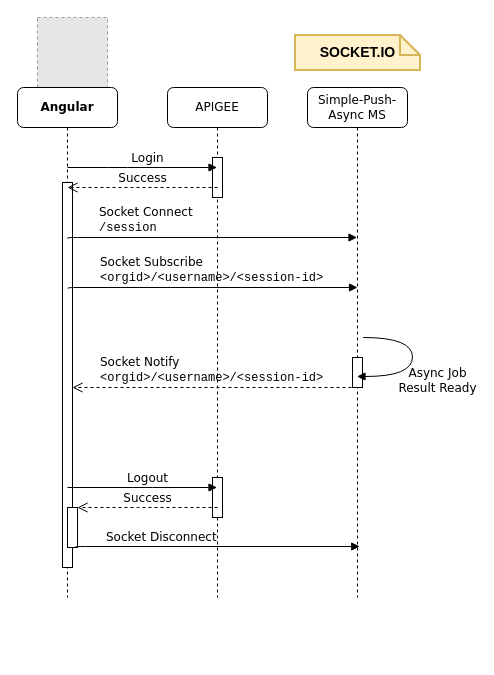
meggarr/my-draws keeps this draw.io diagram as page "Page-2" (2 of 2) of simple-push-async-job.drawio. Above is the earlier version. Source tidied: cells renumbered, new cells numbered last; positions are measured from the earlier drawing's top-left corner, leaving out a move shared by most shapes. Both pictures are drawn from the tidied source at 100%, with x=0, y=0 at pixel (17, 17). Pictures stored in the file or linked from it are replaced by grey dashed boxes.
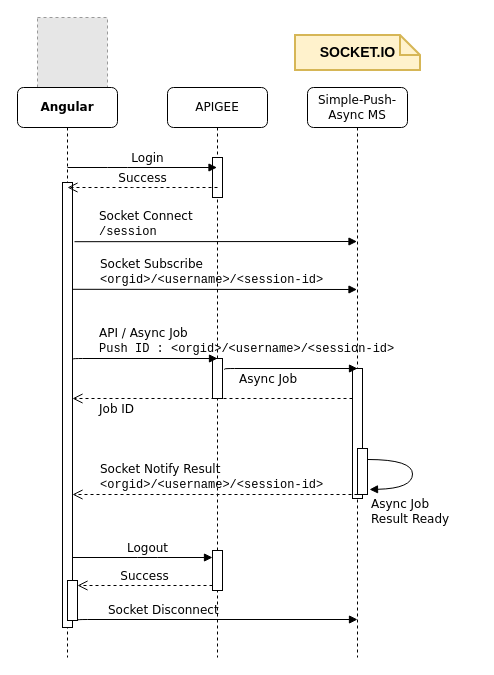
The same page after the edit.

What changed in the source:
```diff
@@
     <mxCell id="2" value="&lt;div&gt;Simple-Push-Async MS&lt;/div&gt;" style="shape=umlLifeline;perimeter=lifelinePerimeter;whiteSpace=wrap;html=1;outlineConnect=0;rounded=1;shadow=0;comic=0;labelBackgroundColor=none;strokeWidth=1;fontFamily=Verdana;fontSize=12;align=center;" parent="1" vertex="1">
-      <mxGeometry x="290" y="70" width="100" height="510" as="geometry" />
+      <mxGeometry x="290" y="70" width="100" height="570" as="geometry" />
     </mxCell>
+    <mxCell id="21" style="html=1;points=[];perimeter=orthogonalPerimeter;rounded=0;shadow=0;comic=0;labelBackgroundColor=none;strokeWidth=1;fontFamily=Verdana;fontSize=12;align=center;" parent="2" vertex="1">
+      <mxGeometry x="45" y="281" width="10" height="130" as="geometry" />
+    </mxCell>
     <mxCell id="3" value="&lt;div&gt;APIGEE&lt;/div&gt;" style="shape=umlLifeline;perimeter=lifelinePerimeter;whiteSpace=wrap;html=1;outlineConnect=0;rounded=1;shadow=0;comic=0;labelBackgroundColor=none;strokeWidth=1;fontFamily=Verdana;fontSize=12;align=center;" parent="1" vertex="1">
-      <mxGeometry x="150" y="70" width="100" height="510" as="geometry" />
+      <mxGeometry x="150" y="70" width="100" height="570" as="geometry" />
     </mxCell>
@@
+    <mxCell id="22" style="html=1;perimeter=orthogonalPerimeter;rounded=0;shadow=0;comic=0;labelBackgroundColor=none;strokeWidth=1;fontFamily=Verdana;fontSize=12;align=center;" parent="3" vertex="1">
+      <mxGeometry x="45" y="271" width="10" height="40" as="geometry" />
+    </mxCell>
+    <mxCell id="16" style="html=1;points=[];perimeter=orthogonalPerimeter;rounded=0;shadow=0;comic=0;labelBackgroundColor=none;strokeWidth=1;fontFamily=Verdana;fontSize=12;align=center;" parent="3" vertex="1">
+      <mxGeometry x="45" y="463" width="10" height="40" as="geometry" />
+    </mxCell>
@@
     <mxCell id="7" value="Angular" style="shape=umlLifeline;perimeter=lifelinePerimeter;whiteSpace=wrap;html=1;rounded=1;shadow=0;comic=0;labelBackgroundColor=none;strokeWidth=1;fontFamily=Verdana;fontSize=12;align=center;fontStyle=1;" parent="1" vertex="1">
-      <mxGeometry y="70" width="100" height="510" as="geometry" />
+      <mxGeometry y="70" width="100" height="570" as="geometry" />
     </mxCell>
     <mxCell id="8" style="html=1;points=[];perimeter=orthogonalPerimeter;rounded=0;shadow=0;comic=0;labelBackgroundColor=none;strokeWidth=1;fontFamily=Verdana;fontSize=12;align=center;" parent="7" vertex="1">
-      <mxGeometry x="45" y="95" width="10" height="385" as="geometry" />
+      <mxGeometry x="45" y="95" width="10" height="445" as="geometry" />
     </mxCell>
+    <mxCell id="19" style="html=1;points=[];perimeter=orthogonalPerimeter;rounded=0;shadow=0;comic=0;labelBackgroundColor=none;strokeWidth=1;fontFamily=Verdana;fontSize=12;align=center;" parent="7" vertex="1">
+      <mxGeometry x="50" y="493" width="10" height="40" as="geometry" />
+    </mxCell>
@@
-    <mxCell id="11" value="&lt;div&gt;Socket Connect&lt;br&gt;&lt;/div&gt;&lt;div&gt;&lt;font face=&quot;Courier New&quot;&gt;/session&lt;/font&gt;&lt;br&gt;&lt;/div&gt;" style="html=1;verticalAlign=bottom;endArrow=block;labelBackgroundColor=none;fontFamily=Verdana;fontSize=12;edgeStyle=elbowEdgeStyle;elbow=vertical;align=left;" parent="1" edge="1">
-      <mxGeometry x="-0.79" relative="1" as="geometry">
-        <mxPoint x="50" y="221" as="sourcePoint" />
-        <mxPoint x="339.5" y="220" as="targetPoint" />
-        <Array as="points">
-          <mxPoint x="170" y="220" />
-        </Array>
-      </mxGeometry>
+    <mxCell id="11" value="&lt;div&gt;Socket Connect&lt;br&gt;&lt;/div&gt;&lt;div&gt;&lt;font face=&quot;Courier New&quot;&gt;/session&lt;/font&gt;&lt;br&gt;&lt;/div&gt;" style="html=1;verticalAlign=bottom;endArrow=block;labelBackgroundColor=none;fontFamily=Verdana;fontSize=12;edgeStyle=elbowEdgeStyle;elbow=vertical;align=left;exitX=1.2;exitY=0.133;exitDx=0;exitDy=0;exitPerimeter=0;" parent="1" edge="1" source="8" target="2">
+      <mxGeometry x="-0.84" relative="1" as="geometry" />
     </mxCell>
-    <mxCell id="12" value="&lt;div align=&quot;left&quot;&gt;Socket Subscribe&lt;/div&gt;&lt;div align=&quot;left&quot;&gt;&lt;font face=&quot;Courier New&quot;&gt;&amp;lt;orgid&amp;gt;/&amp;lt;username&amp;gt;/&amp;lt;session-id&amp;gt;&lt;/font&gt;&lt;br&gt;&lt;/div&gt;" style="html=1;verticalAlign=bottom;endArrow=block;labelBackgroundColor=none;fontFamily=Verdana;fontSize=12;edgeStyle=elbowEdgeStyle;elbow=vertical;align=left;" parent="1" edge="1">
-      <mxGeometry x="-0.79" relative="1" as="geometry">
-        <mxPoint x="50.5" y="271" as="sourcePoint" />
-        <mxPoint x="340" y="270" as="targetPoint" />
-        <Array as="points">
-          <mxPoint x="170.5" y="270" />
-        </Array>
-      </mxGeometry>
+    <mxCell id="12" value="&lt;div align=&quot;left&quot;&gt;Socket Subscribe&lt;/div&gt;&lt;div align=&quot;left&quot;&gt;&lt;font face=&quot;Courier New&quot;&gt;&amp;lt;orgid&amp;gt;/&amp;lt;username&amp;gt;/&amp;lt;session-id&amp;gt;&lt;/font&gt;&lt;br&gt;&lt;/div&gt;" style="html=1;verticalAlign=bottom;endArrow=block;labelBackgroundColor=none;fontFamily=Verdana;fontSize=12;edgeStyle=elbowEdgeStyle;elbow=vertical;align=left;exitX=1;exitY=0.24;exitDx=0;exitDy=0;exitPerimeter=0;" parent="1" edge="1" source="8" target="2">
+      <mxGeometry x="-0.82" relative="1" as="geometry" />
     </mxCell>
     <mxCell id="13" style="html=1;points=[];perimeter=orthogonalPerimeter;rounded=0;shadow=0;comic=0;labelBackgroundColor=none;strokeWidth=1;fontFamily=Verdana;fontSize=12;align=center;" parent="1" vertex="1">
-      <mxGeometry x="335" y="340" width="10" height="30" as="geometry" />
+      <mxGeometry x="340" y="431" width="10" height="46" as="geometry" />
     </mxCell>
-    <mxCell id="14" value="&lt;div&gt;Async Job&lt;/div&gt;&lt;div&gt;Result Ready&lt;br&gt;&lt;/div&gt;" style="html=1;verticalAlign=bottom;endArrow=block;labelBackgroundColor=none;fontFamily=Verdana;fontSize=12;elbow=vertical;edgeStyle=orthogonalEdgeStyle;curved=1;exitX=1.066;exitY=0.713;exitPerimeter=0;" parent="1" edge="1">
-      <mxGeometry x="0.23" y="33" relative="1" as="geometry">
-        <mxPoint x="345.7" y="320" as="sourcePoint" />
-        <mxPoint x="339.5" y="359" as="targetPoint" />
+    <mxCell id="14" value="&lt;div&gt;Async Job&lt;/div&gt;&lt;div&gt;Result Ready&lt;br&gt;&lt;/div&gt;" style="html=1;verticalAlign=bottom;endArrow=block;labelBackgroundColor=none;fontFamily=Verdana;fontSize=12;elbow=vertical;edgeStyle=orthogonalEdgeStyle;curved=1;align=left;exitX=1;exitY=0.239;exitDx=0;exitDy=0;exitPerimeter=0;entryX=1.2;entryY=0.891;entryDx=0;entryDy=0;entryPerimeter=0;" parent="1" edge="1" source="13" target="13">
+      <mxGeometry x="1" y="39" relative="1" as="geometry">
         <Array as="points">
-          <mxPoint x="395" y="320" />
-          <mxPoint x="395" y="359" />
+          <mxPoint x="395" y="442" />
+          <mxPoint x="395" y="471" />
         </Array>
-        <mxPoint x="25" y="-12" as="offset" />
+        <mxPoint x="-1" as="offset" />
       </mxGeometry>
     </mxCell>
-    <mxCell id="15" value="&lt;div&gt;Socket Notify&lt;/div&gt;&lt;div&gt;&lt;font face=&quot;Courier New&quot;&gt;&amp;lt;orgid&amp;gt;/&amp;lt;username&amp;gt;/&amp;lt;session-id&amp;gt;&lt;/font&gt;&lt;/div&gt;" style="html=1;verticalAlign=bottom;endArrow=open;dashed=1;endSize=8;labelBackgroundColor=none;fontFamily=Verdana;fontSize=12;edgeStyle=elbowEdgeStyle;elbow=vertical;align=left;" parent="1" edge="1">
+    <mxCell id="15" value="&lt;div&gt;Socket Notify Result&lt;br&gt;&lt;/div&gt;&lt;div&gt;&lt;font face=&quot;Courier New&quot;&gt;&amp;lt;orgid&amp;gt;/&amp;lt;username&amp;gt;/&amp;lt;session-id&amp;gt;&lt;/font&gt;&lt;/div&gt;" style="html=1;verticalAlign=bottom;endArrow=open;dashed=1;endSize=8;labelBackgroundColor=none;fontFamily=Verdana;fontSize=12;edgeStyle=elbowEdgeStyle;elbow=vertical;align=left;" parent="1" edge="1">
       <mxGeometry x="0.82" relative="1" as="geometry">
-        <mxPoint x="340" y="370" as="sourcePoint" />
-        <mxPoint x="55" y="370" as="targetPoint" />
+        <mxPoint x="340" y="477" as="sourcePoint" />
+        <mxPoint x="55" y="477" as="targetPoint" />
         <Array as="points">
-          <mxPoint x="285" y="370" />
-          <mxPoint x="315" y="370" />
+          <mxPoint x="285" y="477" />
+          <mxPoint x="315" y="477" />
         </Array>
       </mxGeometry>
     </mxCell>
-    <mxCell id="16" style="html=1;points=[];perimeter=orthogonalPerimeter;rounded=0;shadow=0;comic=0;labelBackgroundColor=none;strokeWidth=1;fontFamily=Verdana;fontSize=12;align=center;" parent="1" vertex="1">
-      <mxGeometry x="195" y="460" width="10" height="40" as="geometry" />
-    </mxCell>
-    <mxCell id="17" value="Logout" style="html=1;verticalAlign=bottom;endArrow=block;labelBackgroundColor=none;fontFamily=Verdana;fontSize=12;edgeStyle=elbowEdgeStyle;elbow=vertical;" parent="1" edge="1">
+    <mxCell id="17" value="Logout" style="html=1;verticalAlign=bottom;endArrow=block;labelBackgroundColor=none;fontFamily=Verdana;fontSize=12;edgeStyle=elbowEdgeStyle;elbow=vertical;" parent="1" edge="1" source="8" target="16">
       <mxGeometry x="0.07" relative="1" as="geometry">
-        <mxPoint x="50" y="470" as="sourcePoint" />
-        <mxPoint x="199.5" y="470" as="targetPoint" />
+        <Array as="points">
+          <mxPoint x="130" y="540" />
+        </Array>
       </mxGeometry>
     </mxCell>
-    <mxCell id="18" value="Success" style="html=1;verticalAlign=bottom;endArrow=open;dashed=1;endSize=8;labelBackgroundColor=none;fontFamily=Verdana;fontSize=12;edgeStyle=elbowEdgeStyle;elbow=vertical;" parent="1" edge="1">
-      <mxGeometry relative="1" as="geometry">
-        <mxPoint x="200" y="490" as="sourcePoint" />
-        <mxPoint x="60" y="490" as="targetPoint" />
-      </mxGeometry>
+    <mxCell id="18" value="Success" style="html=1;verticalAlign=bottom;endArrow=open;dashed=1;endSize=8;labelBackgroundColor=none;fontFamily=Verdana;fontSize=12;edgeStyle=elbowEdgeStyle;elbow=vertical;" parent="1" edge="1" source="16" target="19">
+      <mxGeometry relative="1" as="geometry" />
     </mxCell>
-    <mxCell id="19" style="html=1;points=[];perimeter=orthogonalPerimeter;rounded=0;shadow=0;comic=0;labelBackgroundColor=none;strokeWidth=1;fontFamily=Verdana;fontSize=12;align=center;" parent="1" vertex="1">
-      <mxGeometry x="50" y="490" width="10" height="40" as="geometry" />
-    </mxCell>
     <mxCell id="20" value="&lt;div&gt;Socket Disconnect&lt;/div&gt;" style="html=1;verticalAlign=bottom;endArrow=block;labelBackgroundColor=none;fontFamily=Verdana;fontSize=12;edgeStyle=elbowEdgeStyle;elbow=vertical;align=left;" parent="1" edge="1">
       <mxGeometry x="-0.79" relative="1" as="geometry">
-        <mxPoint x="57.8" y="530" as="sourcePoint" />
-        <mxPoint x="342.2" y="529" as="targetPoint" />
+        <mxPoint x="59.8" y="603" as="sourcePoint" />
+        <mxPoint x="340" y="602" as="targetPoint" />
         <Array as="points">
-          <mxPoint x="177.8" y="529" />
+          <mxPoint x="179.8" y="602" />
         </Array>
       </mxGeometry>
     </mxCell>
+    <mxCell id="23" value="&lt;div&gt;API / Async Job&lt;/div&gt;&lt;div&gt;&lt;font style=&quot;font-size: 12px&quot; face=&quot;Courier New&quot;&gt;Push ID : &amp;lt;orgid&amp;gt;/&amp;lt;username&amp;gt;/&amp;lt;session-id&amp;gt;&lt;/font&gt;&lt;/div&gt;" style="html=1;verticalAlign=bottom;endArrow=block;labelBackgroundColor=none;fontFamily=Verdana;fontSize=12;edgeStyle=elbowEdgeStyle;elbow=vertical;align=left;" parent="1" edge="1">
+      <mxGeometry x="-0.65" relative="1" as="geometry">
+        <mxPoint x="55.2" y="342" as="sourcePoint" />
+        <mxPoint x="200" y="341" as="targetPoint" />
+        <Array as="points">
+          <mxPoint x="175.2" y="341" />
+        </Array>
+      </mxGeometry>
+    </mxCell>
+    <mxCell id="24" value="Async Job" style="html=1;verticalAlign=bottom;endArrow=block;labelBackgroundColor=none;fontFamily=Verdana;fontSize=12;edgeStyle=elbowEdgeStyle;elbow=vertical;align=left;" parent="1" edge="1">
+      <mxGeometry x="-0.79" y="-20" relative="1" as="geometry">
+        <mxPoint x="207" y="352" as="sourcePoint" />
+        <mxPoint x="340" y="351" as="targetPoint" />
+        <Array as="points">
+          <mxPoint x="327" y="351" />
+        </Array>
+      </mxGeometry>
+    </mxCell>
+    <mxCell id="25" value="Job ID" style="html=1;verticalAlign=bottom;endArrow=open;dashed=1;endSize=8;labelBackgroundColor=none;fontFamily=Verdana;fontSize=12;edgeStyle=elbowEdgeStyle;elbow=vertical;align=left;" parent="1" edge="1" source="21">
+      <mxGeometry x="0.82" y="20" relative="1" as="geometry">
+        <mxPoint x="55" y="381" as="targetPoint" />
+      </mxGeometry>
+    </mxCell>
```
